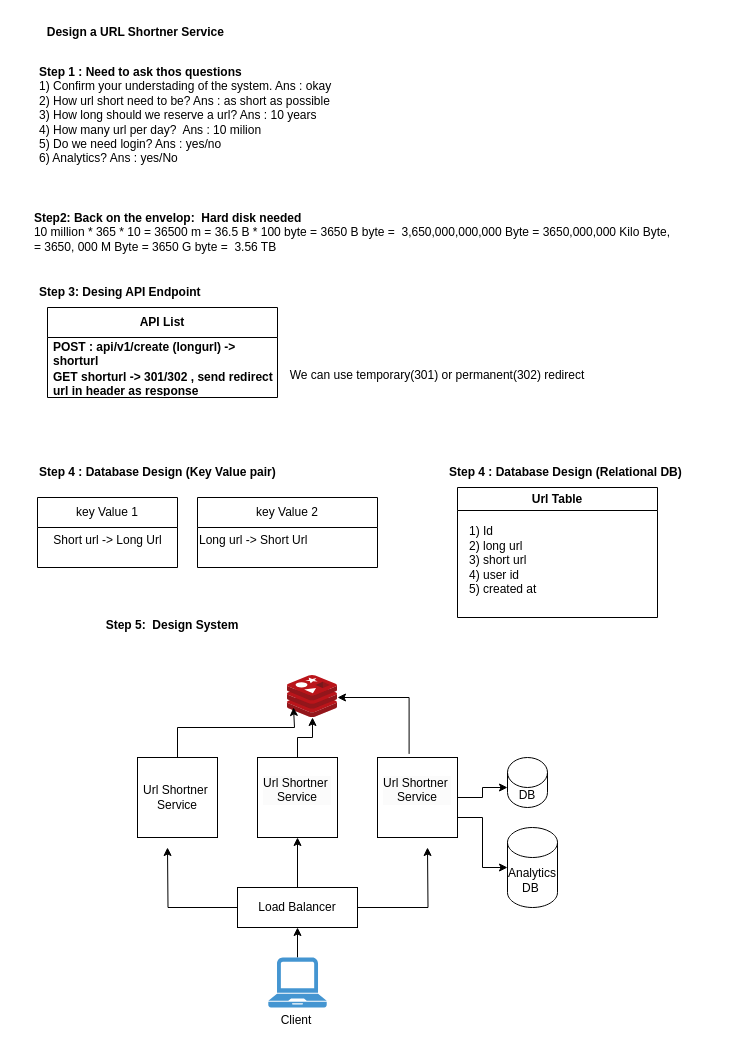
The draw.io diagram url-shortner.drawio in bappimazumder/system-design, before the edit. Source tidied: cells renumbered, new cells numbered last; positions are measured from the earlier drawing's top-left corner, leaving out a move shared by most shapes. Both pictures are drawn from the tidied source at 100%, with x=0, y=0 at pixel (17, 17).
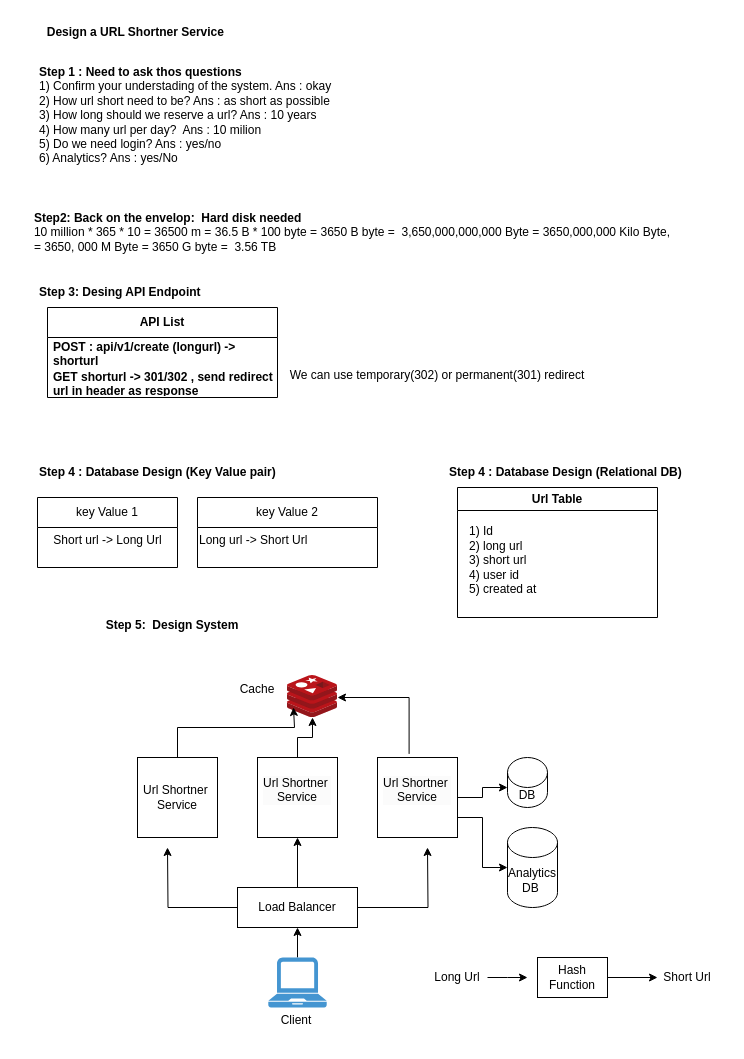
Above is the later version.

The edit, as a diff of the source:
```diff
@@
-    <mxCell id="9" value="We can use temporary(301) or permanent(302) redirect&lt;div&gt;&lt;br&gt;&lt;/div&gt;" style="text;html=1;align=center;verticalAlign=middle;whiteSpace=wrap;rounded=0;" parent="1" vertex="1">
+    <mxCell id="9" value="We can use temporary(302) or permanent(301) redirect&lt;div&gt;&lt;br&gt;&lt;/div&gt;" style="text;html=1;align=center;verticalAlign=middle;whiteSpace=wrap;rounded=0;" parent="1" vertex="1">
       <mxGeometry x="270" y="350" width="300" height="30" as="geometry" />
     </mxCell>
@@
+    <mxCell id="37" style="edgeStyle=orthogonalEdgeStyle;rounded=0;jettySize=auto;html=1;" parent="1" edge="1" source="38" target="41">
+      <mxGeometry relative="1" as="geometry" />
+    </mxCell>
+    <mxCell id="38" value="Hash Function" style="rounded=0;whiteSpace=wrap;html=1;" parent="1" vertex="1">
+      <mxGeometry x="520" y="940" width="70" height="40" as="geometry" />
+    </mxCell>
+    <mxCell id="39" style="edgeStyle=orthogonalEdgeStyle;rounded=0;jettySize=auto;html=1;" parent="1" edge="1" source="40">
+      <mxGeometry relative="1" as="geometry">
+        <mxPoint x="510" y="960" as="targetPoint" />
+      </mxGeometry>
+    </mxCell>
+    <mxCell id="40" value="Long Url" style="text;html=1;align=center;verticalAlign=middle;whiteSpace=wrap;rounded=0;" parent="1" vertex="1">
+      <mxGeometry x="410" y="945" width="60" height="30" as="geometry" />
+    </mxCell>
+    <mxCell id="41" value="Short Url" style="text;html=1;align=center;verticalAlign=middle;whiteSpace=wrap;rounded=0;" parent="1" vertex="1">
+      <mxGeometry x="640" y="945" width="60" height="30" as="geometry" />
+    </mxCell>
+    <mxCell id="42" value="Cache&lt;div&gt;&lt;br&gt;&lt;/div&gt;" style="text;html=1;align=center;verticalAlign=middle;whiteSpace=wrap;rounded=0;" parent="1" vertex="1">
+      <mxGeometry x="210" y="664" width="60" height="30" as="geometry" />
+    </mxCell>
```
